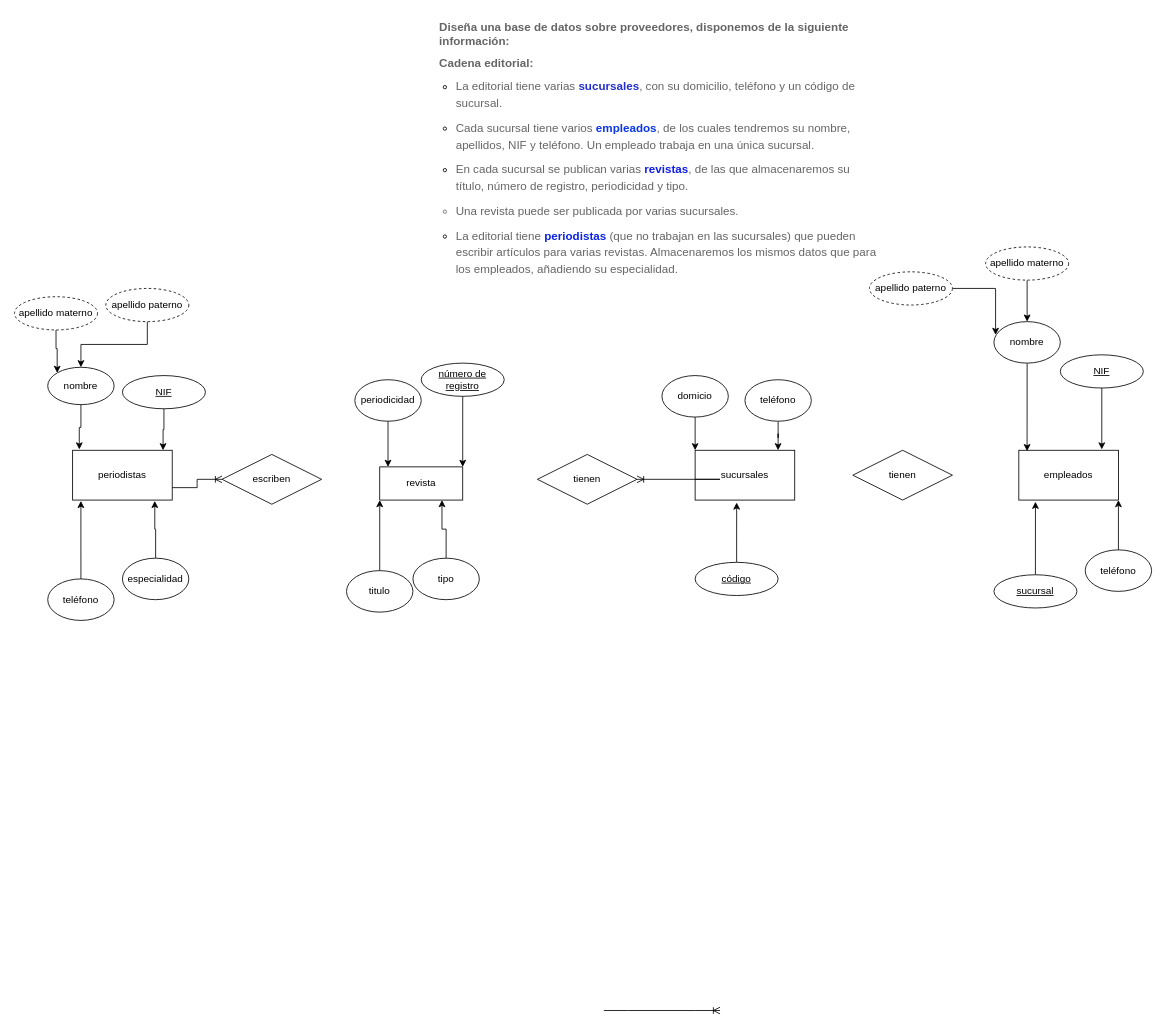
The draw.io diagram Diagrama sin título.drawio in SandraGael/prueba, before the edit. Source tidied: cells renumbered, new cells numbered last; positions are measured from the earlier drawing's top-left corner, leaving out a move shared by most shapes. Both pictures are drawn from the tidied source at 83%, with x=0, y=0 at pixel (14, 14).
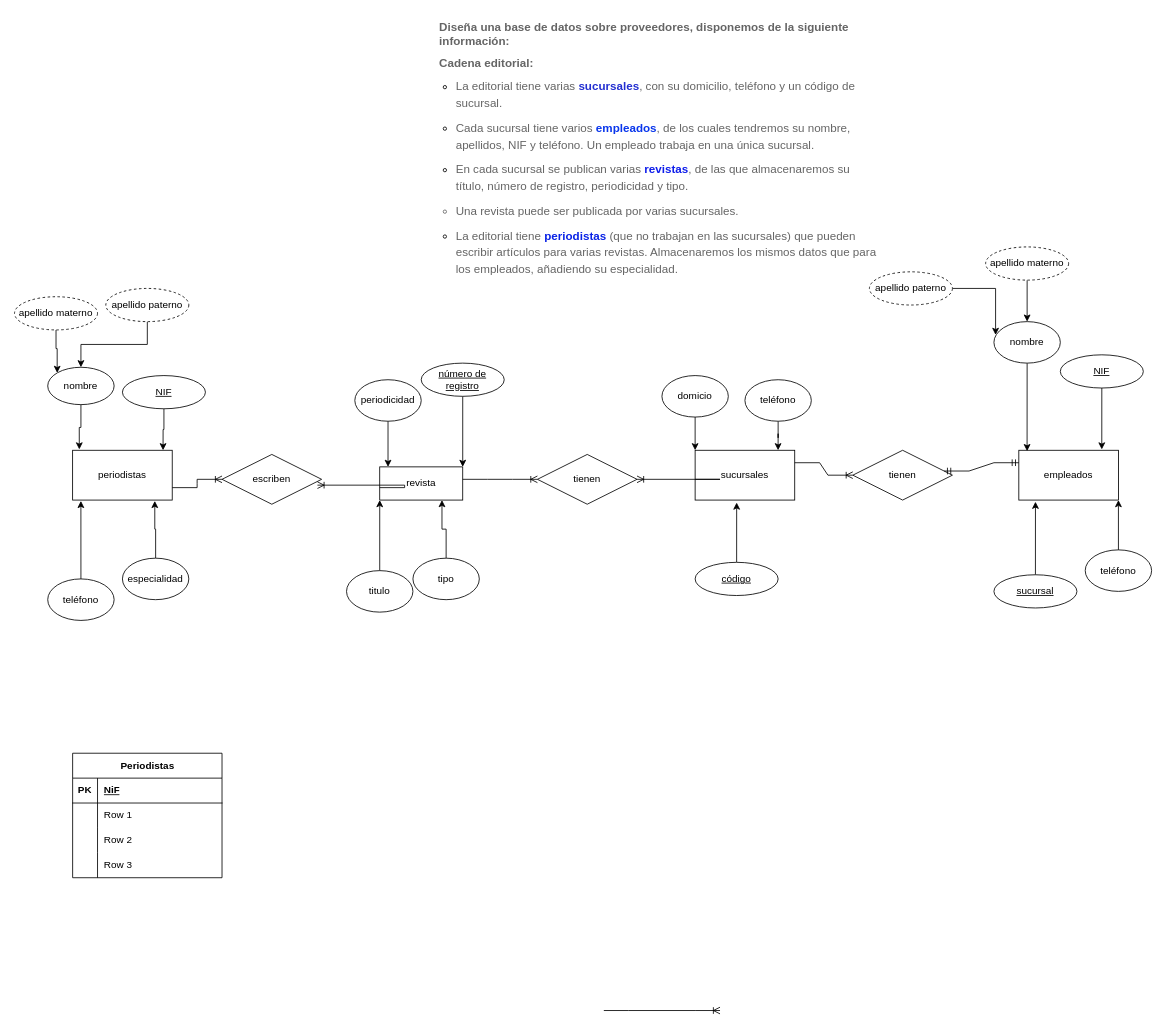
Above is the later version.

Unchanged cells that the change refers to:
```xml
<mxCell id="3" value="empleados" style="rounded=0;whiteSpace=wrap;html=1;" parent="1" vertex="1">
  <mxGeometry x="1210" y="525" width="120" height="60" as="geometry" />
</mxCell>
<mxCell id="46" value="tienen" style="shape=rhombus;perimeter=rhombusPerimeter;whiteSpace=wrap;html=1;align=center;" parent="1" vertex="1">
  <mxGeometry x="630" y="530" width="120" height="60" as="geometry" />
</mxCell>
<mxCell id="47" value="escriben" style="shape=rhombus;perimeter=rhombusPerimeter;whiteSpace=wrap;html=1;align=center;" parent="1" vertex="1">
  <mxGeometry x="250" y="530" width="120" height="60" as="geometry" />
</mxCell>
<mxCell id="48" value="tienen" style="shape=rhombus;perimeter=rhombusPerimeter;whiteSpace=wrap;html=1;align=center;" parent="1" vertex="1">
  <mxGeometry x="1010" y="525" width="120" height="60" as="geometry" />
</mxCell>
```

Change to the diagram source:
```diff
@@
+    <mxCell id="51" style="edgeStyle=entityRelationEdgeStyle;fontSize=12;html=1;endArrow=ERoneToMany;rounded=0;" parent="1" edge="1" target="48">
+      <mxGeometry relative="1" as="geometry">
+        <mxPoint x="940" y="540" as="sourcePoint" />
+      </mxGeometry>
+    </mxCell>
+    <mxCell id="52" style="edgeStyle=entityRelationEdgeStyle;fontSize=12;html=1;endArrow=ERmandOne;startArrow=ERmandOne;rounded=0;entryX=0;entryY=0.25;entryDx=0;entryDy=0;" parent="1" edge="1" target="3">
+      <mxGeometry relative="1" as="geometry">
+        <mxPoint x="1120" y="550" as="sourcePoint" />
+      </mxGeometry>
+    </mxCell>
+    <mxCell id="53" style="edgeStyle=entityRelationEdgeStyle;fontSize=12;html=1;endArrow=ERoneToMany;rounded=0;" parent="1" edge="1" target="46">
+      <mxGeometry relative="1" as="geometry">
+        <mxPoint x="540" y="560" as="sourcePoint" />
+      </mxGeometry>
+    </mxCell>
+    <mxCell id="54" style="edgeStyle=entityRelationEdgeStyle;fontSize=12;html=1;endArrow=ERoneToMany;rounded=0;entryX=0.958;entryY=0.617;entryDx=0;entryDy=0;entryPerimeter=0;" parent="1" edge="1" target="47">
+      <mxGeometry relative="1" as="geometry">
+        <mxPoint x="440" y="570" as="sourcePoint" />
+      </mxGeometry>
+    </mxCell>
+    <mxCell id="55" value="Periodistas" style="shape=table;startSize=30;childLayout=tableLayout;rowLines=0;fontStyle=1;align=center;html=1;" parent="1" vertex="1">
+      <mxGeometry x="70" y="890" width="180" height="150" as="geometry" />
+    </mxCell>
+    <mxCell id="56" style="shape=tableRow;horizontal=0;startSize=0;swimlaneHead=0;swimlaneBody=0;fillColor=none;top=0;left=0;right=0;bottom=1;" parent="55" vertex="1">
+      <mxGeometry y="30" width="180" height="30" as="geometry" />
+    </mxCell>
+    <mxCell id="57" value="PK" style="shape=partialRectangle;fillColor=none;top=0;left=0;bottom=0;right=0;fontStyle=1;overflow=hidden;whiteSpace=wrap;html=1;" parent="56" vertex="1">
+      <mxGeometry width="30" height="30" as="geometry" />
+    </mxCell>
+    <mxCell id="58" value="NiF" style="shape=partialRectangle;fillColor=none;top=0;left=0;bottom=0;right=0;align=left;spacingLeft=6;fontStyle=5;overflow=hidden;whiteSpace=wrap;html=1;" parent="56" vertex="1">
+      <mxGeometry x="30" width="150" height="30" as="geometry" />
+    </mxCell>
+    <mxCell id="59" style="shape=tableRow;horizontal=0;startSize=0;swimlaneHead=0;swimlaneBody=0;fillColor=none;top=0;left=0;right=0;bottom=0;" parent="55" vertex="1">
+      <mxGeometry y="60" width="180" height="30" as="geometry" />
+    </mxCell>
+    <mxCell id="60" style="shape=partialRectangle;fillColor=none;top=0;left=0;bottom=0;right=0;overflow=hidden;whiteSpace=wrap;html=1;" parent="59" vertex="1">
+      <mxGeometry width="30" height="30" as="geometry" />
+    </mxCell>
+    <mxCell id="61" value="Row 1" style="shape=partialRectangle;fillColor=none;top=0;left=0;bottom=0;right=0;align=left;spacingLeft=6;overflow=hidden;whiteSpace=wrap;html=1;" parent="59" vertex="1">
+      <mxGeometry x="30" width="150" height="30" as="geometry" />
+    </mxCell>
+    <mxCell id="62" style="shape=tableRow;horizontal=0;startSize=0;swimlaneHead=0;swimlaneBody=0;fillColor=none;top=0;left=0;right=0;bottom=0;" parent="55" vertex="1">
+      <mxGeometry y="90" width="180" height="30" as="geometry" />
+    </mxCell>
+    <mxCell id="63" style="shape=partialRectangle;fillColor=none;top=0;left=0;bottom=0;right=0;overflow=hidden;whiteSpace=wrap;html=1;" parent="62" vertex="1">
+      <mxGeometry width="30" height="30" as="geometry" />
+    </mxCell>
+    <mxCell id="64" value="Row 2" style="shape=partialRectangle;fillColor=none;top=0;left=0;bottom=0;right=0;align=left;spacingLeft=6;overflow=hidden;whiteSpace=wrap;html=1;" parent="62" vertex="1">
+      <mxGeometry x="30" width="150" height="30" as="geometry" />
+    </mxCell>
+    <mxCell id="65" style="shape=tableRow;horizontal=0;startSize=0;swimlaneHead=0;swimlaneBody=0;fillColor=none;top=0;left=0;right=0;bottom=0;" parent="55" vertex="1">
+      <mxGeometry y="120" width="180" height="30" as="geometry" />
+    </mxCell>
+    <mxCell id="66" style="shape=partialRectangle;fillColor=none;top=0;left=0;bottom=0;right=0;overflow=hidden;whiteSpace=wrap;html=1;" parent="65" vertex="1">
+      <mxGeometry width="30" height="30" as="geometry" />
+    </mxCell>
+    <mxCell id="67" value="Row 3" style="shape=partialRectangle;fillColor=none;top=0;left=0;bottom=0;right=0;align=left;spacingLeft=6;overflow=hidden;whiteSpace=wrap;html=1;" parent="65" vertex="1">
+      <mxGeometry x="30" width="150" height="30" as="geometry" />
+    </mxCell>
```
